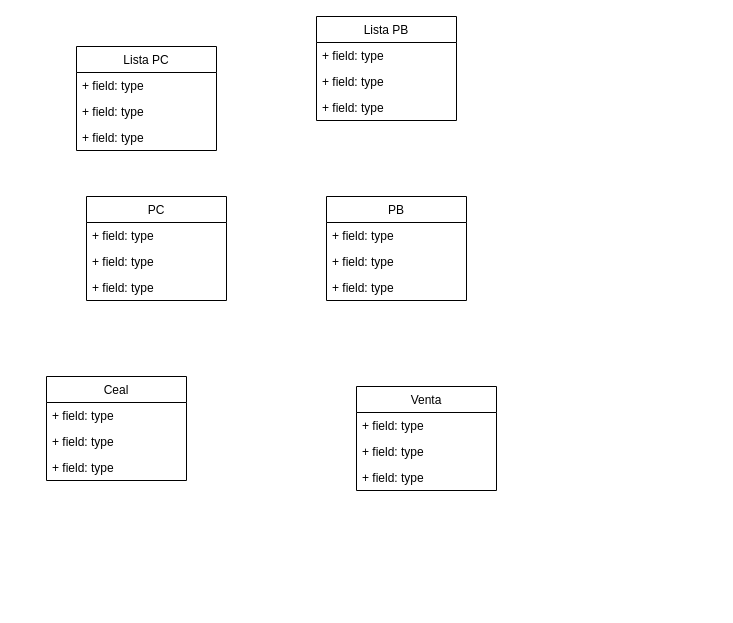
Earlier version of the draw.io diagram Ayudantia06Dominio.drawio (HowLonely/Diagrams). Source tidied: cells renumbered, new cells numbered last; positions are measured from the earlier drawing's top-left corner, leaving out a move shared by most shapes. Both pictures are drawn from the tidied source at 100%, with x=0, y=0 at pixel (46, 16).
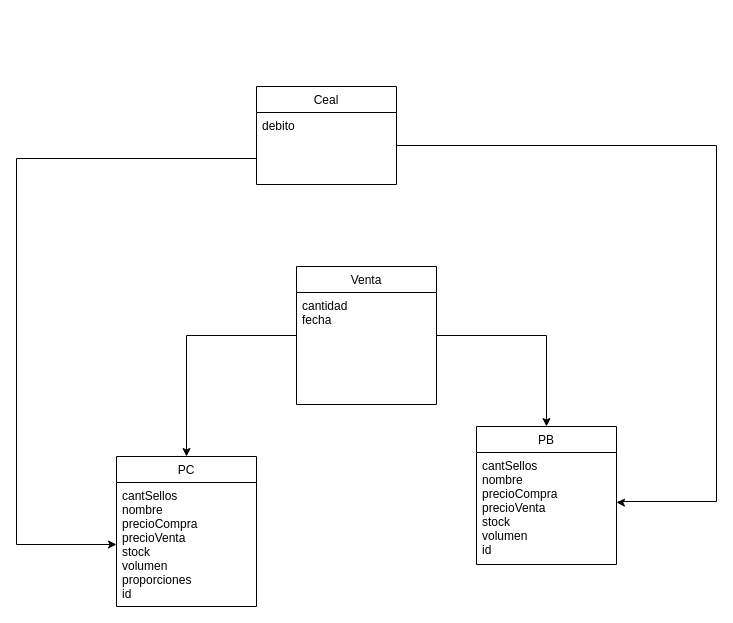
After the change.

Change to the diagram source:
```diff
@@
     <mxCell id="2" value="PC" style="swimlane;fontStyle=0;horizontal=1;startSize=26;fillColor=none;" parent="1" vertex="1">
-      <mxGeometry x="40" y="180" width="140" height="104" as="geometry" />
+      <mxGeometry x="70" y="440" width="140" height="150" as="geometry" />
     </mxCell>
-    <mxCell id="3" value="+ field: type" style="text;strokeColor=none;fillColor=none;align=left;verticalAlign=top;spacingLeft=4;spacingRight=4;overflow=hidden;points=[[0,0.5],[1,0.5]];portConstraint=eastwest;" parent="2" vertex="1">
-      <mxGeometry y="26" width="140" height="26" as="geometry" />
+    <mxCell id="3" value="cantSellos&#10;nombre&#10;precioCompra&#10;precioVenta&#10;stock&#10;volumen&#10;proporciones&#10;id" style="text;strokeColor=none;fillColor=none;align=left;verticalAlign=top;spacingLeft=4;spacingRight=4;overflow=hidden;points=[[0,0.5],[1,0.5]];portConstraint=eastwest;" parent="2" vertex="1">
+      <mxGeometry y="26" width="140" height="124" as="geometry" />
     </mxCell>
-    <mxCell id="4" value="+ field: type" style="text;strokeColor=none;fillColor=none;align=left;verticalAlign=top;spacingLeft=4;spacingRight=4;overflow=hidden;" parent="2" vertex="1">
-      <mxGeometry y="52" width="140" height="26" as="geometry" />
-    </mxCell>
-    <mxCell id="5" value="+ field: type" style="text;strokeColor=none;fillColor=none;align=left;verticalAlign=top;spacingLeft=4;spacingRight=4;overflow=hidden;" parent="2" vertex="1">
-      <mxGeometry y="78" width="140" height="26" as="geometry" />
-    </mxCell>
     <mxCell id="6" value="PB" style="swimlane;fontStyle=0;horizontal=1;startSize=26;fillColor=none;" parent="1" vertex="1">
-      <mxGeometry x="280" y="180" width="140" height="104" as="geometry" />
+      <mxGeometry x="430" y="410" width="140" height="138" as="geometry" />
     </mxCell>
-    <mxCell id="7" value="+ field: type" style="text;strokeColor=none;fillColor=none;align=left;verticalAlign=top;spacingLeft=4;spacingRight=4;overflow=hidden;points=[[0,0.5],[1,0.5]];portConstraint=eastwest;" parent="6" vertex="1">
-      <mxGeometry y="26" width="140" height="26" as="geometry" />
+    <mxCell id="7" value="cantSellos&#10;nombre&#10;precioCompra&#10;precioVenta&#10;stock&#10;volumen&#10;id" style="text;strokeColor=none;fillColor=none;align=left;verticalAlign=top;spacingLeft=4;spacingRight=4;overflow=hidden;points=[[0,0.5],[1,0.5]];portConstraint=eastwest;" parent="6" vertex="1">
+      <mxGeometry y="26" width="140" height="112" as="geometry" />
     </mxCell>
-    <mxCell id="8" value="+ field: type" style="text;strokeColor=none;fillColor=none;align=left;verticalAlign=top;spacingLeft=4;spacingRight=4;overflow=hidden;" parent="6" vertex="1">
-      <mxGeometry y="52" width="140" height="26" as="geometry" />
-    </mxCell>
-    <mxCell id="9" value="+ field: type" style="text;strokeColor=none;fillColor=none;align=left;verticalAlign=top;spacingLeft=4;spacingRight=4;overflow=hidden;" parent="6" vertex="1">
-      <mxGeometry y="78" width="140" height="26" as="geometry" />
-    </mxCell>
+    <mxCell id="26" style="edgeStyle=orthogonalEdgeStyle;rounded=0;jettySize=auto;html=1;entryX=0.5;entryY=0;entryDx=0;entryDy=0;" parent="1" edge="1" source="10" target="2">
+      <mxGeometry relative="1" as="geometry" />
+    </mxCell>
+    <mxCell id="27" style="edgeStyle=orthogonalEdgeStyle;rounded=0;jettySize=auto;html=1;" parent="1" edge="1" source="10" target="6">
+      <mxGeometry relative="1" as="geometry" />
+    </mxCell>
     <mxCell id="10" value="Venta" style="swimlane;fontStyle=0;horizontal=1;startSize=26;fillColor=none;" parent="1" vertex="1">
-      <mxGeometry x="310" y="370" width="140" height="104" as="geometry" />
+      <mxGeometry x="250" y="250" width="140" height="138" as="geometry" />
     </mxCell>
-    <mxCell id="11" value="+ field: type" style="text;strokeColor=none;fillColor=none;align=left;verticalAlign=top;spacingLeft=4;spacingRight=4;overflow=hidden;" parent="10" vertex="1">
-      <mxGeometry y="26" width="140" height="26" as="geometry" />
+    <mxCell id="11" value="cantidad&#10;fecha" style="text;strokeColor=none;fillColor=none;align=left;verticalAlign=top;spacingLeft=4;spacingRight=4;overflow=hidden;" parent="10" vertex="1">
+      <mxGeometry y="26" width="140" height="112" as="geometry" />
     </mxCell>
-    <mxCell id="12" value="+ field: type" style="text;strokeColor=none;fillColor=none;align=left;verticalAlign=top;spacingLeft=4;spacingRight=4;overflow=hidden;" parent="10" vertex="1">
-      <mxGeometry y="52" width="140" height="26" as="geometry" />
-    </mxCell>
-    <mxCell id="13" value="+ field: type" style="text;strokeColor=none;fillColor=none;align=left;verticalAlign=top;spacingLeft=4;spacingRight=4;overflow=hidden;" parent="10" vertex="1">
-      <mxGeometry y="78" width="140" height="26" as="geometry" />
-    </mxCell>
+    <mxCell id="28" style="edgeStyle=orthogonalEdgeStyle;rounded=0;jettySize=auto;html=1;entryX=1;entryY=0.446;entryDx=0;entryDy=0;entryPerimeter=0;" parent="1" edge="1" source="14" target="7">
+      <mxGeometry relative="1" as="geometry">
+        <Array as="points">
+          <mxPoint x="670" y="129" />
+          <mxPoint x="670" y="485" />
+          <mxPoint x="572" y="485" />
+          <mxPoint x="572" y="486" />
+        </Array>
+      </mxGeometry>
+    </mxCell>
     <mxCell id="14" value="Ceal" style="swimlane;fontStyle=0;horizontal=1;startSize=26;fillColor=none;" parent="1" vertex="1">
-      <mxGeometry y="360" width="140" height="104" as="geometry" />
+      <mxGeometry x="210" y="70" width="140" height="98" as="geometry" />
     </mxCell>
-    <mxCell id="15" value="+ field: type" style="text;strokeColor=none;fillColor=none;align=left;verticalAlign=top;spacingLeft=4;spacingRight=4;overflow=hidden;points=[[0,0.5],[1,0.5]];portConstraint=eastwest;" parent="14" vertex="1">
-      <mxGeometry y="26" width="140" height="26" as="geometry" />
+    <mxCell id="15" value="debito" style="text;strokeColor=none;fillColor=none;align=left;verticalAlign=top;spacingLeft=4;spacingRight=4;overflow=hidden;points=[[0,0.5],[1,0.5]];portConstraint=eastwest;" parent="14" vertex="1">
+      <mxGeometry y="26" width="140" height="72" as="geometry" />
     </mxCell>
-    <mxCell id="16" value="+ field: type" style="text;strokeColor=none;fillColor=none;align=left;verticalAlign=top;spacingLeft=4;spacingRight=4;overflow=hidden;" parent="14" vertex="1">
-      <mxGeometry y="52" width="140" height="26" as="geometry" />
-    </mxCell>
-    <mxCell id="17" value="+ field: type" style="text;strokeColor=none;fillColor=none;align=left;verticalAlign=top;spacingLeft=4;spacingRight=4;overflow=hidden;" parent="14" vertex="1">
-      <mxGeometry y="78" width="140" height="26" as="geometry" />
-    </mxCell>
-    <mxCell id="18" value="Lista PC" style="swimlane;fontStyle=0;horizontal=1;startSize=26;fillColor=none;" parent="1" vertex="1">
-      <mxGeometry x="30" y="30" width="140" height="104" as="geometry" />
-    </mxCell>
-    <mxCell id="19" value="+ field: type" style="text;strokeColor=none;fillColor=none;align=left;verticalAlign=top;spacingLeft=4;spacingRight=4;overflow=hidden;" parent="18" vertex="1">
-      <mxGeometry y="26" width="140" height="26" as="geometry" />
-    </mxCell>
-    <mxCell id="20" value="+ field: type" style="text;strokeColor=none;fillColor=none;align=left;verticalAlign=top;spacingLeft=4;spacingRight=4;overflow=hidden;" parent="18" vertex="1">
-      <mxGeometry y="52" width="140" height="26" as="geometry" />
-    </mxCell>
-    <mxCell id="21" value="+ field: type" style="text;strokeColor=none;fillColor=none;align=left;verticalAlign=top;spacingLeft=4;spacingRight=4;overflow=hidden;" parent="18" vertex="1">
-      <mxGeometry y="78" width="140" height="26" as="geometry" />
-    </mxCell>
-    <mxCell id="22" value="Lista PB" style="swimlane;fontStyle=0;horizontal=1;startSize=26;fillColor=none;" parent="1" vertex="1">
-      <mxGeometry x="270" width="140" height="104" as="geometry" />
-    </mxCell>
-    <mxCell id="23" value="+ field: type" style="text;strokeColor=none;fillColor=none;align=left;verticalAlign=top;spacingLeft=4;spacingRight=4;overflow=hidden;" parent="22" vertex="1">
-      <mxGeometry y="26" width="140" height="26" as="geometry" />
-    </mxCell>
-    <mxCell id="24" value="+ field: type" style="text;strokeColor=none;fillColor=none;align=left;verticalAlign=top;spacingLeft=4;spacingRight=4;overflow=hidden;" parent="22" vertex="1">
-      <mxGeometry y="52" width="140" height="26" as="geometry" />
-    </mxCell>
-    <mxCell id="25" value="+ field: type" style="text;strokeColor=none;fillColor=none;align=left;verticalAlign=top;spacingLeft=4;spacingRight=4;overflow=hidden;" parent="22" vertex="1">
-      <mxGeometry y="78" width="140" height="26" as="geometry" />
-    </mxCell>
+    <mxCell id="29" style="edgeStyle=orthogonalEdgeStyle;rounded=0;jettySize=auto;html=1;entryX=0;entryY=0.5;entryDx=0;entryDy=0;" parent="1" edge="1" source="15" target="3">
+      <mxGeometry relative="1" as="geometry">
+        <Array as="points">
+          <mxPoint x="-30" y="142" />
+          <mxPoint x="-30" y="528" />
+        </Array>
+      </mxGeometry>
+    </mxCell>
```
